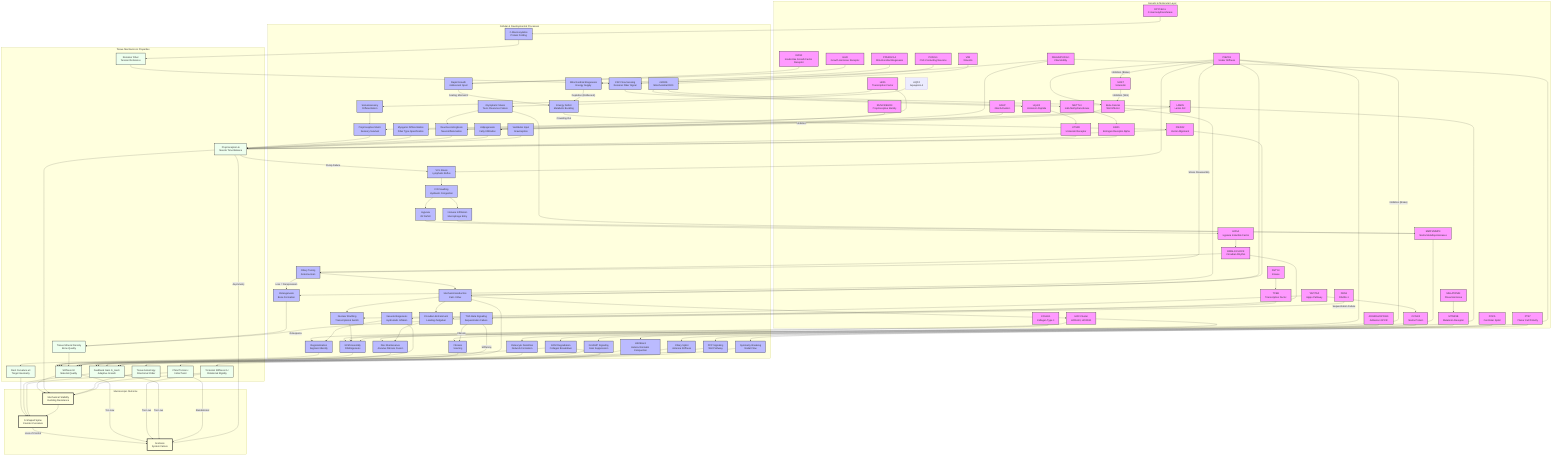
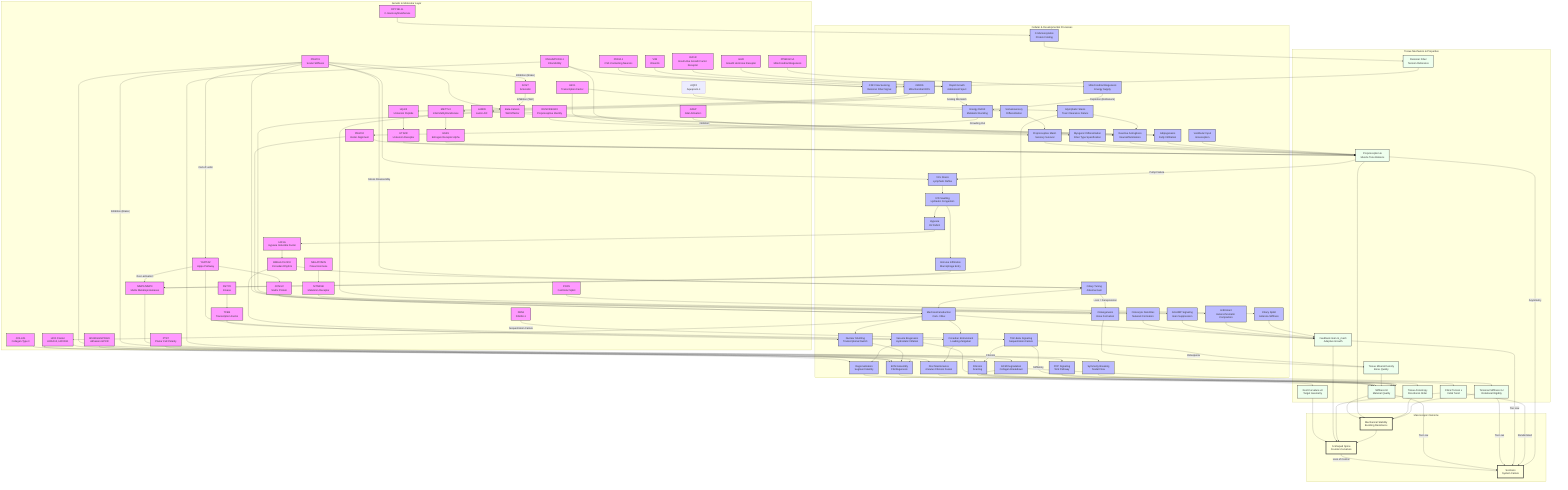
graph TD
    %% Subgraphs for Organization
    subgraph Genetics [Genetic & Molecular Layer]
        HOX[HOX Cluster<br/>HOXA10, HOXD11]
        COL[COL2A1<br/>Collagen Type II]
        PIEZO1[PIEZO1<br/>Scalar Stiffness]
        PIEZO2[PIEZO2<br/>Vector Alignment]
        CILIA[DNAH5/PKD1L1<br/>Cilia Motility]
        LBX1[LBX1<br/>Transcription Factor]
        ADGRG6[ADGRG6/GPR126<br/>Adhesion GPCR]
        PTK7[PTK7<br/>Planar Cell Polarity]
        YAP[YAP/TAZ<br/>Hippo Pathway]
        PKD2L1[PKD2L1<br/>CSF-Contacting Neurons]
        MMP[MMP1/MMP3<br/>Matrix Metalloproteinases]
        URP[Urp1/2<br/>Urotensin Peptide]
        UTS2R[UTS2R<br/>Urotensin Receptor]
        GFAP[GFAP<br/>Glial Activation]
        VIM[VIM<br/>Vimentin]
        LAMIN[LAMIN<br/>Lamin A/C]
        BMAL1[BMAL1/CLOCK<br/>Circadian Rhythm]
        RUNX3[RUNX3/EGR3<br/>Proprioceptive Identity]
        METTL3[METTL3<br/>m6A Methyltransferase]
        ESR1[ESR1<br/>Estrogen Receptor Alpha]
        AQP4[AQP4<br/>Aquaporin-4]
        MELATONIN[MELATONIN<br/>Pineal Hormone]
        MT2[MTNR1B<br/>Melatonin Receptor]
        HIF1A[HIF1A<br/>Hypoxia Inducible Factor]
        POC5[POC5<br/>Centriolar Splint]
        DSTYK[DSTYK<br/>Kinase]
        TFEB[TFEB<br/>Transcription Factor]
        Beta_Catenin[Beta-Catenin<br/>Wnt Effector]
        DPY19L1L[DPY19L1L<br/>C-mannosyltransferase]
        IGF1R[IGF1R<br/>Insulin-like Growth Factor Receptor]
        GHR[GHR<br/>Growth Hormone Receptor]
        SOST[SOST<br/>Sclerostin]
        FBN1[FBN1<br/>Fibrillin-1]
        CCN[CCN1/2<br/>Matrix Protein]
        PPARGC1A[PPARGC1A<br/>Mitochondrial Biogenesis]
    end

    subgraph Processes [Cellular & Developmental Processes]
        Astrogliosis[Reactive Astrogliosis<br/>Neuroinflammation]
        Region[Regionalization<br/>Segment Identity]
        ECM_Assembly[ECM Assembly<br/>Fibrillogenesis]
        Nucl_Shuttle[Nuclear Shuttling<br/>Transcriptional Switch]
        Mech_Trans[Mechanotransduction<br/>Ca2+ Influx]
        Sym_Break[Symmetry Breaking<br/>Nodal Flow]
        CSF_Sensing[CSF Flow Sensing<br/>Reissner Fiber Signal]
        Neur_Diff[Somatosensory<br/>Differentiation]
        Muscle_Diff[Myogenic Differentiation<br/>Fiber Type Specification]
        Disc_Maint[Disc Maintenance<br/>Annulus Fibrosis Fusion]
        PCP_Sig[PCP Signaling<br/>Wnt Pathway]
        Degradation[ECM Degradation<br/>Collagen Breakdown]
        mtROS[mtROS<br/>Mitochondrial ROS]
        Adipogenesis[Adipogenesis<br/>Fatty Infiltration]
        Hydraulic_Congestion[IVD Swelling<br/>Hydraulic Congestion]
        Immune_Infilt[Immune Infiltration<br/>Macrophage Entry]
        Circadian_Entrain[Circadian Entrainment<br/>Loading Zeitgeber]
        Proprio_Maint[Proprioceptive Maint.<br/>Sensory Survival]
        H3K9me3[H3K9me3<br/>Heterochromatin Compaction]
        VCL_Stasis[VCL Stasis<br/>Lymphatic Reflux]
        Glymphatic_Stasis[Glymphatic Stasis<br/>Toxic Clearance Failure]
        Vestibular_Input[Vestibular Input<br/>Graviception]
        Gi_cAMP[Gi/cAMP Signaling<br/>Gain Suppression]
        Ciliary_Tuning[Ciliary Tuning<br/>Antenna Gain]
        Hypoxia[Hypoxia<br/>O2 Deficit]
        Osteogenesis[Osteogenesis<br/>Bone Formation]
        Ciliary_Splint[Ciliary Splint<br/>Antenna Stiffness]
        Vacuole_Biogenesis[Vacuole Biogenesis<br/>Hydrostatic Inflation]
        C_Mannosylation[C-Mannosylation<br/>Protein Folding]
        Rapid_Growth[Rapid Growth<br/>Adolescent Spurt]
        Energy_Deficit[Energy Deficit<br/>Metabolic Buckling]
        mtBiogenesis[Mitochondrial Biogenesis<br/>Energy Supply]
        Fibrosis[Fibrosis<br/>Scarring]
        TGFB[TGF-Beta Signaling<br/>Sequestration Failure]
        Osteocyte_Dendrite[Osteocyte Dendrites<br/>Network Formation]
    end

    subgraph Tissue [Tissue Mechanics & Properties]
        Rest_Kappa[Rest Curvature κ0<br/>Target Geometry]
        Stiffness[Stiffness EI<br/>Material Quality]
        Torsional_Stiffness[Torsional Stiffness GJ<br/>Rotational Rigidity]
        Gain[Feedback Gain G_mech<br/>Adaptive Growth]
        Torsion[Chiral Torsion ε<br/>Initial Twist]
        Muscle_Tone[Proprioception &<br/>Muscle Tone Balance]
        Anisotropy[Tissue Anisotropy<br/>Directional Order]
        TMD[Tissue Mineral Density<br/>Bone Quality]
        Reissner_Fiber[Reissner Fiber<br/>Tension Reference]
    end

    subgraph Outcome [Macroscopic Outcome]
        S_Curve[S-Shaped Spine<br/>Counter-Curvature]
        Stability[Mechanical Stability<br/>Buckling Resistance]
        Scoliosis[Scoliosis<br/>System Failure]
    end

    %% Connections
    HOX --> Region
    Region --> Rest_Kappa
    Rest_Kappa --> S_Curve

    COL --> ECM_Assembly
    ECM_Assembly --> Stiffness
    Stiffness --> Stability

    PIEZO1 --> Mech_Trans
    PIEZO2 --> Mech_Trans
    Mech_Trans --> Gain
    Gain --> S_Curve

    %% NEW ARC: Piezo Duality (Vector-Scalar Mismatch)
    PIEZO1 --> ECM_Assembly
    PIEZO2 --> Muscle_Tone

    CILIA --> Sym_Break
    Sym_Break --> Torsion
    Torsion --> S_Curve

    LBX1 --> Neur_Diff
    LBX1 --> Muscle_Diff
    Neur_Diff --> Proprio_Maint
    Proprio_Maint --> Muscle_Tone
    Muscle_Diff --> Muscle_Tone
    Muscle_Tone --> Stability

    %% NEW ARC: Proprioceptive Maintenance
    RUNX3 --> Proprio_Maint

    %% NEW ARC: ADGRG6
    ADGRG6 --> Disc_Maint
    Disc_Maint --> Stiffness

    %% NEW ARC: PTK7
    PTK7 --> PCP_Sig
    PCP_Sig --> Anisotropy
    Anisotropy --> Stability

    %% NEW ARC: YAP/TAZ
    YAP --> Nucl_Shuttle
    Nucl_Shuttle --> ECM_Assembly
    Mech_Trans --> Nucl_Shuttle

    %% NEW ARC: Osteocyte Dendrite Cost Mechanism (Hu et al. 2025)
    YAP --> CCN
    CCN --> Osteocyte_Dendrite
    Osteocyte_Dendrite --> Gain

    %% NEW ARC: CSF/Reissner Fiber
    CILIA --> CSF_Sensing
    PKD2L1 --> CSF_Sensing
    CSF_Sensing --> URP
    URP --> UTS2R
    UTS2R --> Muscle_Tone

    %% NEW ARC: MMP Degradation
    MMP --> Degradation
    Degradation --> Stiffness

    %% NEW ARC: Neuro-Inflammatory Pathway
    CILIA --> Astrogliosis
    GFAP --> Astrogliosis
    Astrogliosis --> Muscle_Tone

    %% NEW ARC: Vimentin Metabolic Switch
    VIM --> mtROS
    mtROS --> LAMIN
    LAMIN --> Adipogenesis
    Adipogenesis --> Muscle_Tone

    %% NEW ARC: Inflamed Torsion
    Hydraulic_Congestion --> Immune_Infilt
    Immune_Infilt --> MMP
    Degradation --> Torsional_Stiffness
    Torsional_Stiffness --> Stability

    %% NEW ARC: Glymphatic Stasis
    AQP4 --> Glymphatic_Stasis
    Glymphatic_Stasis --> Astrogliosis

    %% NEW ARC: Glymphatic-MMP Axis (Chen et al., 2025)
    Glymphatic_Stasis --> MMP

    %% NEW ARC: Melatonin Gain Control
    MELATONIN --> MT2
    MT2 --> Gi_cAMP
    Gi_cAMP --> Gain

    %% NEW ARC: Vestibular Asymmetry
    Vestibular_Input --> Muscle_Tone

    %% Cross-Talk and Failures
    Stability --> S_Curve
    S_Curve -- "Loss of Control" --> Scoliosis
    Stiffness -- "Too Low" --> Scoliosis
    Torsional_Stiffness -- "Too Low" --> Scoliosis
    Gain -- "Too Low" --> Scoliosis
    Torsion -- "Randomized" --> Scoliosis
    Muscle_Tone -- "Asymmetry" --> Scoliosis

    %% Styling
    classDef gene fill:#f9f,stroke:#333,stroke-width:2px;
    classDef process fill:#bbf,stroke:#333,stroke-width:2px;
    classDef tissue fill:#efe,stroke:#333,stroke-width:2px;
    classDef outcome fill:#ffd,stroke:#333,stroke-width:4px;

    %% NEW ARC: Spinal Jetlag
    BMAL1 --> Circadian_Entrain
    Mech_Trans --> Circadian_Entrain
    Circadian_Entrain --> Disc_Maint

    %% NEW ARC: Tunable Antenna (Miyoshi et al., 2024)
    BMAL1 --> Ciliary_Tuning
    Ciliary_Tuning --> Mech_Trans

    %% NEW ARC: Epigenetic Asymmetry
    mtROS --> METTL3
    METTL3 --> ESR1
    ESR1 --> Muscle_Tone

    %% NEW ARC: Nuclear Stiffness (Scalar Senescence)
    LAMIN --> H3K9me3
    H3K9me3 --> Gain

    %% NEW ARC: Lymphatic Drainage Pathway (VCL)
    Muscle_Tone -- "Pump Failure" --> VCL_Stasis
    VCL_Stasis --> Hydraulic_Congestion

    %% NEW ARC: Hypoxic Clock Block (HIF1A)
    Hydraulic_Congestion --> Hypoxia
    Hypoxia --> HIF1A
    HIF1A --> BMAL1

    %% NEW ARC: Tension-Dependent Identity (HOX)
    Mech_Trans --> HOX
    HOX --> ECM_Assembly

    %% NEW ARC: Bone Mineralization (Ramli et al., 2024)
    %% PIEZO1 --> Osteogenesis (Replaced by BMSC Switch below)
    Osteogenesis --> TMD
    TMD --> Stiffness

    %% NEW ARC: BMSC Fate Switch (Li et al., 2023)
    PIEZO1 --> Beta_Catenin
    Beta_Catenin --> Osteogenesis
    Beta_Catenin -- "Inhibition" --> Adipogenesis

    %% NEW ARC: Centriolar Splint (POC5)
    POC5 --> Ciliary_Splint
    Ciliary_Splint --> Gain

    %% NEW ARC: Hydrostatic Skeleton (DSTYK/TFEB)
    DSTYK --> TFEB
    TFEB --> Vacuole_Biogenesis
    Vacuole_Biogenesis --> Stiffness
    Vacuole_Biogenesis --> Region

    %% NEW ARC: Piezo-Cilia Stress Lock (Chen et al., 2025)
    PIEZO1 -- "Stress Disassembly" --> Ciliary_Tuning
    Ciliary_Tuning -- "Loss = Derepression" --> Osteogenesis

    %% NEW ARC: Sweet String Pathway (DPY19L1L)
    DPY19L1L --> C_Mannosylation
    C_Mannosylation --> Reissner_Fiber
    Reissner_Fiber --> CSF_Sensing

    %% NEW ARC: Metabolic Buckling Pathway
    IGF1R --> Rapid_Growth
    GHR --> Rapid_Growth
    Rapid_Growth -- "Scaling Mismatch" --> Energy_Deficit
    Energy_Deficit -- "Crowding Out" --> PIEZO2
    PPARGC1A --> mtBiogenesis
    mtBiogenesis -- "Depletion (Bottleneck)" --> Energy_Deficit

    %% NEW ARC: Piezo-Lymphatic Baroreflex
    PIEZO1 --> VCL_Stasis

    %% NEW ARC: Piezo-Fibrosis Brake (Rashidi et al., 2025)
    PIEZO1 -- "Inhibition (Brake)" --> Fibrosis
    Fibrosis --> Stiffness

    %% NEW ARC: Sclerostin Brake (Vasiliadis 2021)
    PIEZO1 -- "Inhibition (Brake)" --> SOST
    SOST -- "Inhibition (Wnt)" --> Beta_Catenin

+     %% NEW ARC: PIEZO1-YAP Disc Degeneration Axis (Peng et al., 2025)
+     PIEZO1 -- "Ca2+/F-actin" --> YAP
+     YAP -- "Over-activation" --> MMP
+ 
    %% NEW ARC: Fibrillin-TGFB Tether (Marfanoid Mechanism)
    FBN1 -- "Sequestration Failure" --> TGFB
    TGFB -- "Osteopenia" --> TMD
    TGFB -- "Fibrosis" --> Fibrosis
    TGFB -- "Stiffening" --> Stiffness

    class HOX,COL,PIEZO1,PIEZO2,CILIA,LBX1,ADGRG6,PTK7,YAP,PKD2L1,MMP,URP,UTS2R,GFAP,VIM,LAMIN,BMAL1,RUNX3,METTL3,ESR1,MELATONIN,MT2,HIF1A,POC5,DSTYK,TFEB,Beta_Catenin,DPY19L1L,IGF1R,GHR,SOST,FBN1,CCN,PPARGC1A gene;
    class Region,ECM_Assembly,Mech_Trans,Sym_Break,Neur_Diff,Muscle_Diff,Disc_Maint,PCP_Sig,Nucl_Shuttle,CSF_Sensing,Degradation,Astrogliosis,mtROS,Adipogenesis,Hydraulic_Congestion,Immune_Infilt,Circadian_Entrain,Proprio_Maint,H3K9me3,VCL_Stasis,Glymphatic_Stasis,Vestibular_Input,Gi_cAMP,Ciliary_Tuning,Hypoxia,Osteogenesis,Ciliary_Splint,Vacuole_Biogenesis,C_Mannosylation,Rapid_Growth,Energy_Deficit,mtBiogenesis,Fibrosis,TGFB,Osteocyte_Dendrite process;
    class Rest_Kappa,Stiffness,Torsional_Stiffness,Gain,Torsion,Muscle_Tone,Anisotropy,TMD,Reissner_Fiber tissue;
    class S_Curve,Stability,Scoliosis outcome;
